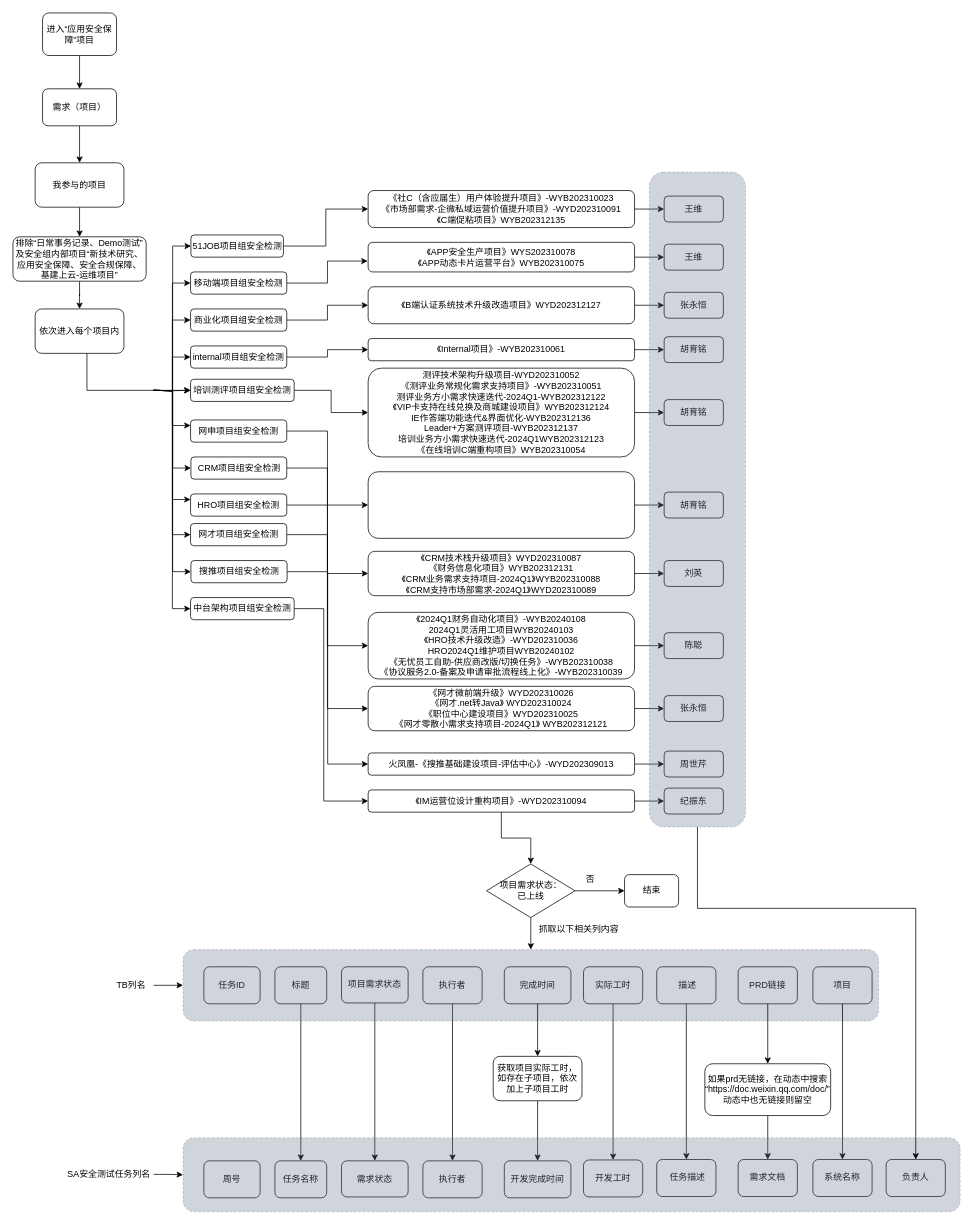
Earlier version of the draw.io diagram tb项目新建.drawio (grayes/draw.io). Source tidied: cells renumbered, new cells numbered last; positions are measured from the earlier drawing's top-left corner, leaving out a move shared by most shapes. Both pictures are drawn from the tidied source at 74%, with x=0, y=0 at pixel (13, 13).
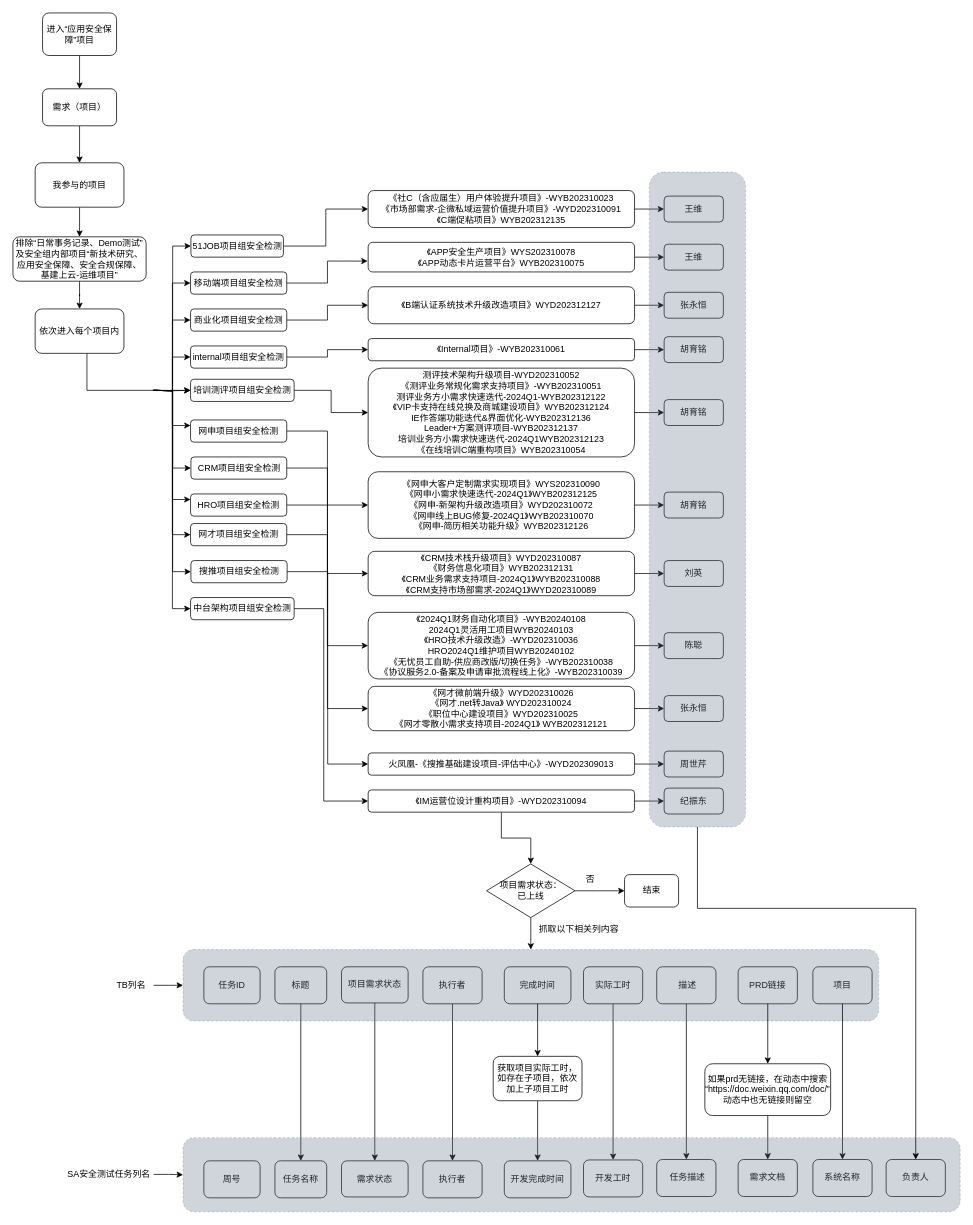
The same diagram, later.

Commit message (it also covers changes not shown here):
更新tb项目新建.drawio

What changed in the source:
```diff
@@
-    <mxCell id="55" style="rounded=1;whiteSpace=wrap;html=1;" parent="1" vertex="1">
+    <mxCell id="55" value="《网申大客户定制需求实现项目》WYS202310090&lt;br&gt;《网申小需求快速迭代-2024Q1》WYB202312125&lt;br&gt;《网申-新架构升级改造项目》WYD202310072&lt;br&gt;《网申线上BUG修复-2024Q1》WYB202310070&lt;br&gt;《网申-简历相关功能升级》WYB202312126" style="rounded=1;whiteSpace=wrap;html=1;" parent="1" vertex="1">
       <mxGeometry x="480" y="620" width="360" height="90" as="geometry" />
     </mxCell>
```
